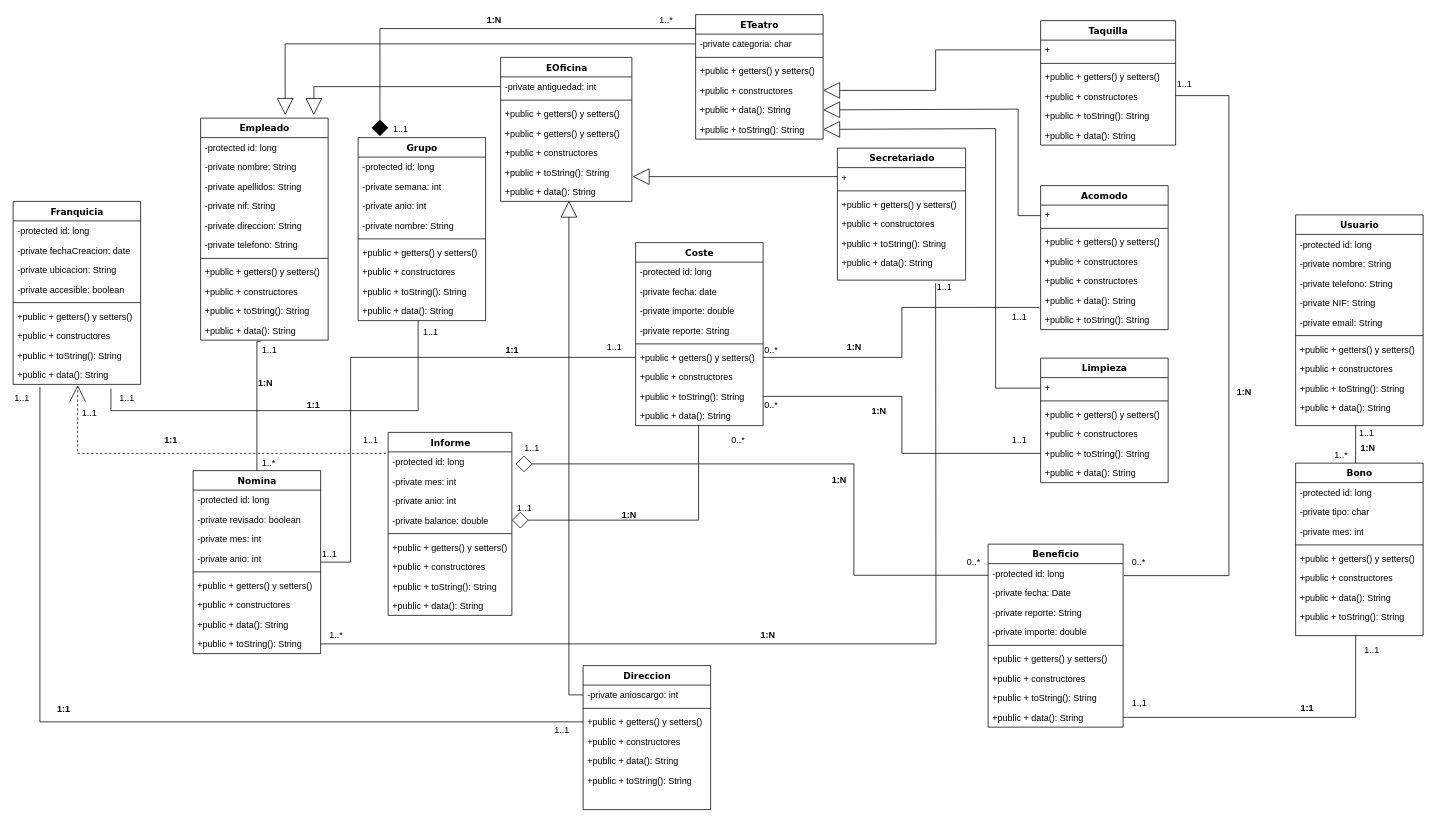
Before: Diagrama TEATRO BAK.drawio in mariosn35/TEATRO, a draw.io diagram. Source tidied: cells renumbered, new cells numbered last; positions are measured from the earlier drawing's top-left corner, leaving out a move shared by most shapes. Both pictures are drawn from the tidied source at 75%, with x=0, y=0 at pixel (13, 13).
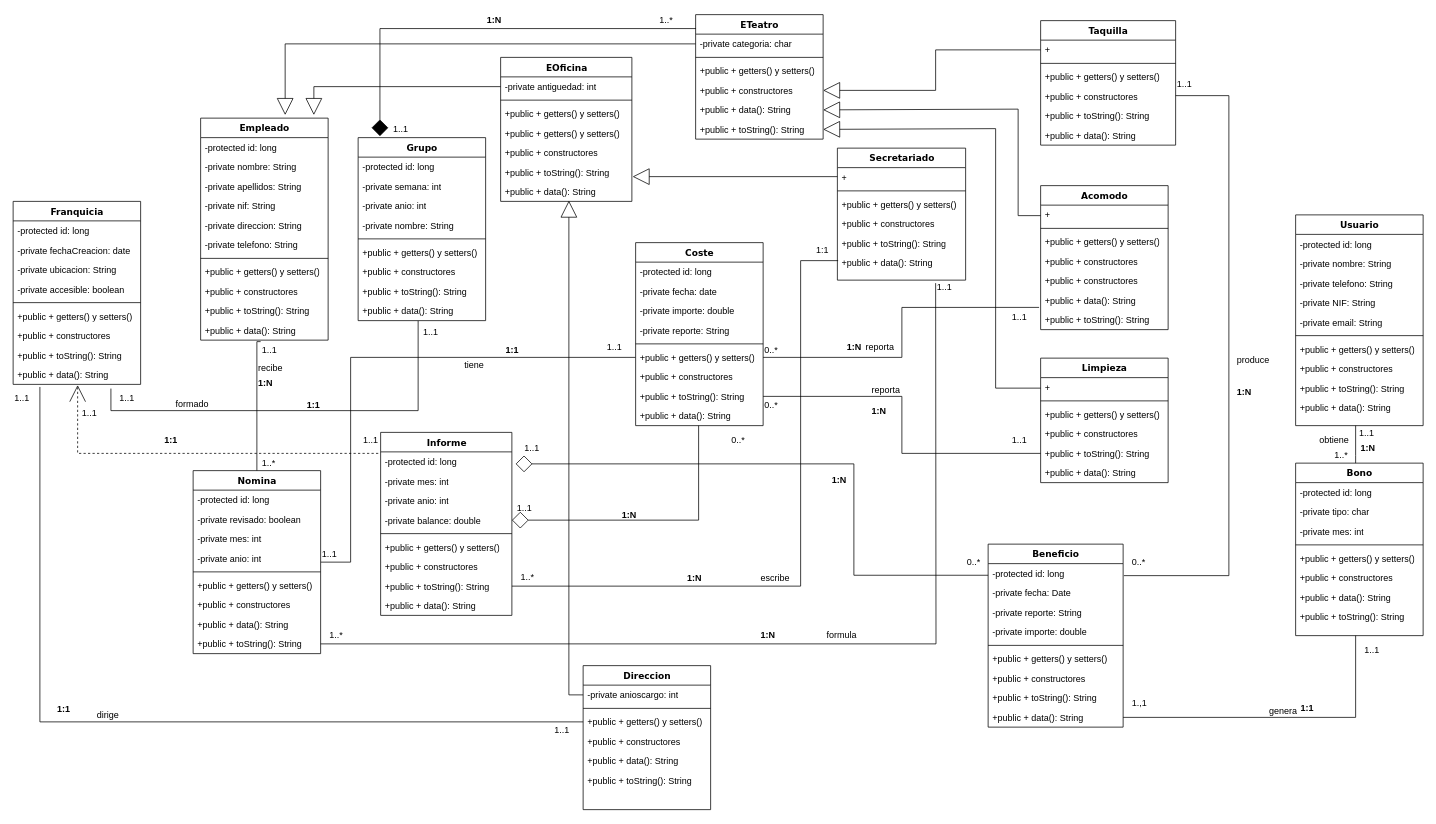
After the change.

Unchanged cells that the change refers to:
```xml
<mxCell id="68" value="+public + data(): String" style="text;html=1;strokeColor=none;fillColor=none;align=left;verticalAlign=top;spacingLeft=4;spacingRight=4;whiteSpace=wrap;overflow=hidden;points=[[0,0.5],[1,0.5]];portConstraint=eastwest;" parent="62" vertex="1">
  <mxGeometry y="140" width="171" height="26" as="geometry" />
</mxCell>
```

The edit, as a diff of the source:
```diff
@@
     <mxCell id="76" value="Informe" style="swimlane;html=1;fontStyle=1;align=center;verticalAlign=top;horizontal=1;startSize=26;swimlaneFillColor=#ffffff;rounded=0;shadow=0;comic=0;labelBackgroundColor=none;strokeColor=#000000;strokeWidth=1;fillColor=none;fontFamily=Verdana;fontSize=12;fontColor=#000000;" parent="1" vertex="1">
-      <mxGeometry x="500" y="559" width="165" height="244" as="geometry" />
+      <mxGeometry x="490" y="559" width="175" height="244" as="geometry" />
     </mxCell>
     <mxCell id="77" value="-protected id: long" style="text;html=1;strokeColor=none;fillColor=none;align=left;verticalAlign=top;spacingLeft=4;spacingRight=4;whiteSpace=wrap;overflow=hidden;points=[[0,0.5],[1,0.5]];portConstraint=eastwest;" parent="76" vertex="1">
-      <mxGeometry y="26" width="165" height="26" as="geometry" />
+      <mxGeometry y="26" width="175" height="26" as="geometry" />
     </mxCell>
     <mxCell id="78" value="-private mes: int" style="text;html=1;strokeColor=none;fillColor=none;align=left;verticalAlign=top;spacingLeft=4;spacingRight=4;whiteSpace=wrap;overflow=hidden;" parent="76" vertex="1">
-      <mxGeometry y="52" width="165" height="26" as="geometry" />
+      <mxGeometry y="52" width="175" height="26" as="geometry" />
     </mxCell>
     <mxCell id="79" value="-private anio: int" style="text;html=1;strokeColor=none;fillColor=none;align=left;verticalAlign=top;spacingLeft=4;spacingRight=4;whiteSpace=wrap;overflow=hidden;" parent="76" vertex="1">
-      <mxGeometry y="78" width="165" height="26" as="geometry" />
+      <mxGeometry y="78" width="175" height="26" as="geometry" />
     </mxCell>
     <mxCell id="80" value="-private balance: double" style="text;html=1;strokeColor=none;fillColor=none;align=left;verticalAlign=top;spacingLeft=4;spacingRight=4;whiteSpace=wrap;overflow=hidden;points=[[0,0.5],[1,0.5]];portConstraint=eastwest;" parent="76" vertex="1">
-      <mxGeometry y="104" width="165" height="26" as="geometry" />
+      <mxGeometry y="104" width="175" height="26" as="geometry" />
     </mxCell>
     <mxCell id="81" style="line;strokeWidth=1;html=1;" parent="76" vertex="1">
-      <mxGeometry y="130" width="165" height="10" as="geometry" />
+      <mxGeometry y="130" width="175" height="10" as="geometry" />
     </mxCell>
     <mxCell id="82" value="+public + getters() y setters()" style="text;html=1;strokeColor=none;fillColor=none;align=left;verticalAlign=top;spacingLeft=4;spacingRight=4;whiteSpace=wrap;overflow=hidden;" parent="76" vertex="1">
-      <mxGeometry y="140" width="165" height="26" as="geometry" />
+      <mxGeometry y="140" width="175" height="26" as="geometry" />
     </mxCell>
     <mxCell id="83" value="+public + constructores" style="text;html=1;strokeColor=none;fillColor=none;align=left;verticalAlign=top;spacingLeft=4;spacingRight=4;whiteSpace=wrap;overflow=hidden;" parent="76" vertex="1">
-      <mxGeometry y="166" width="165" height="26" as="geometry" />
+      <mxGeometry y="166" width="175" height="26" as="geometry" />
     </mxCell>
     <mxCell id="84" value="+public + toString(): String" style="text;html=1;strokeColor=none;fillColor=none;align=left;verticalAlign=top;spacingLeft=4;spacingRight=4;whiteSpace=wrap;overflow=hidden;points=[[0,0.5],[1,0.5]];portConstraint=eastwest;" parent="76" vertex="1">
-      <mxGeometry y="192" width="165" height="26" as="geometry" />
+      <mxGeometry y="192" width="175" height="26" as="geometry" />
     </mxCell>
     <mxCell id="85" value="+public + data(): String" style="text;html=1;strokeColor=none;fillColor=none;align=left;verticalAlign=top;spacingLeft=4;spacingRight=4;whiteSpace=wrap;overflow=hidden;" parent="76" vertex="1">
-      <mxGeometry y="218" width="165" height="26" as="geometry" />
+      <mxGeometry y="218" width="175" height="26" as="geometry" />
     </mxCell>
@@
+    <mxCell id="209" style="edgeStyle=orthogonalEdgeStyle;rounded=0;jettySize=auto;html=1;entryX=0.006;entryY=0.385;entryDx=0;entryDy=0;entryPerimeter=0;endArrow=none;endFill=0;startArrow=none;startFill=0;startSize=20;" parent="1" edge="1" source="84" target="68">
+      <mxGeometry relative="1" as="geometry">
+        <Array as="points">
+          <mxPoint x="1050" y="764" />
+          <mxPoint x="1050" y="330" />
+        </Array>
+      </mxGeometry>
+    </mxCell>
+    <mxCell id="210" value="1:N" style="text;html=1;align=left;verticalAlign=top;spacingTop=-4;fontStyle=1;" parent="1" vertex="1">
+      <mxGeometry x="897" y="744" width="30" height="20" as="geometry" />
+    </mxCell>
+    <mxCell id="211" value="1..*" style="text;html=1;align=left;verticalAlign=top;spacingTop=-4;fontStyle=0;" parent="1" vertex="1">
+      <mxGeometry x="675" y="742" width="30" height="20" as="geometry" />
+    </mxCell>
+    <mxCell id="212" value="1:1" style="text;html=1;align=left;verticalAlign=top;spacingTop=-4;" parent="1" vertex="1">
+      <mxGeometry x="1069" y="306" width="30" height="20" as="geometry" />
+    </mxCell>
+    <mxCell id="213" value="formado" style="text;html=1;align=left;verticalAlign=top;spacingTop=-4;" parent="1" vertex="1">
+      <mxGeometry x="215" y="511" width="60" height="20" as="geometry" />
+    </mxCell>
+    <mxCell id="214" value="recibe" style="text;html=1;align=left;verticalAlign=top;spacingTop=-4;" parent="1" vertex="1">
+      <mxGeometry x="325" y="463" width="50" height="20" as="geometry" />
+    </mxCell>
+    <mxCell id="215" value="dirige" style="text;html=1;align=left;verticalAlign=top;spacingTop=-4;" parent="1" vertex="1">
+      <mxGeometry x="110" y="926" width="40" height="20" as="geometry" />
+    </mxCell>
+    <mxCell id="216" value="tiene" style="text;html=1;align=left;verticalAlign=top;spacingTop=-4;" parent="1" vertex="1">
+      <mxGeometry x="600" y="460" width="40" height="20" as="geometry" />
+    </mxCell>
+    <mxCell id="217" value="escribe" style="text;html=1;align=left;verticalAlign=top;spacingTop=-4;" parent="1" vertex="1">
+      <mxGeometry x="995" y="744" width="50" height="20" as="geometry" />
+    </mxCell>
+    <mxCell id="218" value="formula" style="text;html=1;align=left;verticalAlign=top;spacingTop=-4;" parent="1" vertex="1">
+      <mxGeometry x="1083" y="820" width="60" height="20" as="geometry" />
+    </mxCell>
+    <mxCell id="219" value="produce" style="text;html=1;align=left;verticalAlign=top;spacingTop=-4;" parent="1" vertex="1">
+      <mxGeometry x="1630" y="453" width="60" height="20" as="geometry" />
+    </mxCell>
+    <mxCell id="220" value="reporta" style="text;html=1;align=left;verticalAlign=top;spacingTop=-4;" parent="1" vertex="1">
+      <mxGeometry x="1134.5" y="436" width="50" height="20" as="geometry" />
+    </mxCell>
+    <mxCell id="221" value="reporta" style="text;html=1;align=left;verticalAlign=top;spacingTop=-4;" parent="1" vertex="1">
+      <mxGeometry x="1143" y="493" width="50" height="20" as="geometry" />
+    </mxCell>
+    <mxCell id="222" value="genera" style="text;html=1;align=left;verticalAlign=top;spacingTop=-4;" parent="1" vertex="1">
+      <mxGeometry x="1673" y="921" width="50" height="20" as="geometry" />
+    </mxCell>
+    <mxCell id="223" value="obtiene" style="text;html=1;align=left;verticalAlign=top;spacingTop=-4;" parent="1" vertex="1">
+      <mxGeometry x="1740" y="559.5" width="50" height="20" as="geometry" />
+    </mxCell>
```
